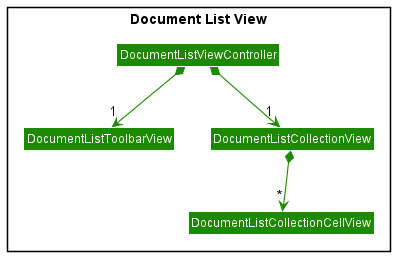
Earlier version of the PlantUML export docs/diagrams/document-list-view-class-diagram.png (Annotato/annotato).
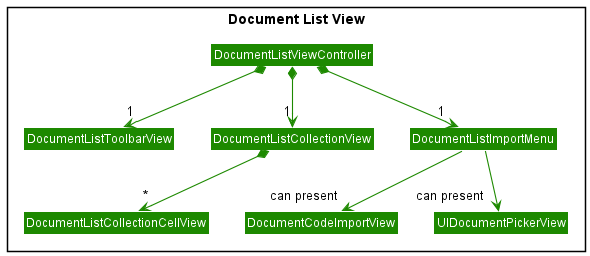
After the commit.

The edit, as a diff of the source:
```diff
@@ -9,10 +9,16 @@
     Class DocumentListToolbarView
     Class DocumentListCollectionView
     Class DocumentListCollectionCellView
+    Class DocumentListImportMenu
+    Class DocumentCodeImportView
+    Class UIDocumentPickerView
 }
 
 DocumentListViewController *-down-> "1" DocumentListToolbarView
+DocumentListViewController *-down-> "1" DocumentListImportMenu
 DocumentListViewController *-down-> "1" DocumentListCollectionView
 DocumentListCollectionView *--> "*" DocumentListCollectionCellView
+DocumentListImportMenu --down> "can present" UIDocumentPickerView
+DocumentListImportMenu --down> "can present" DocumentCodeImportView
 
 @enduml
```
